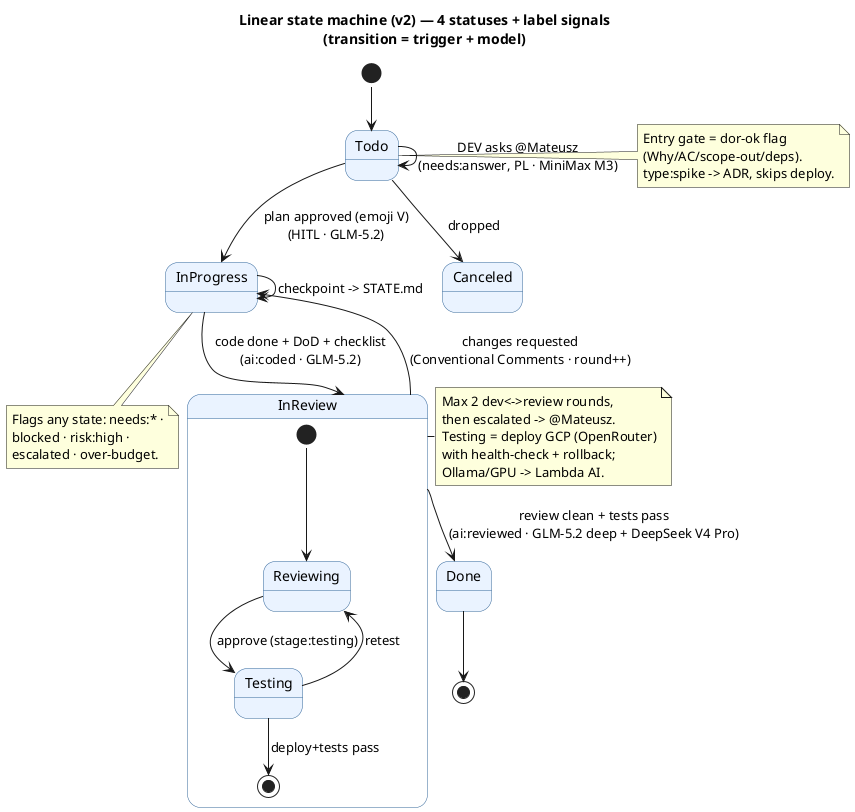
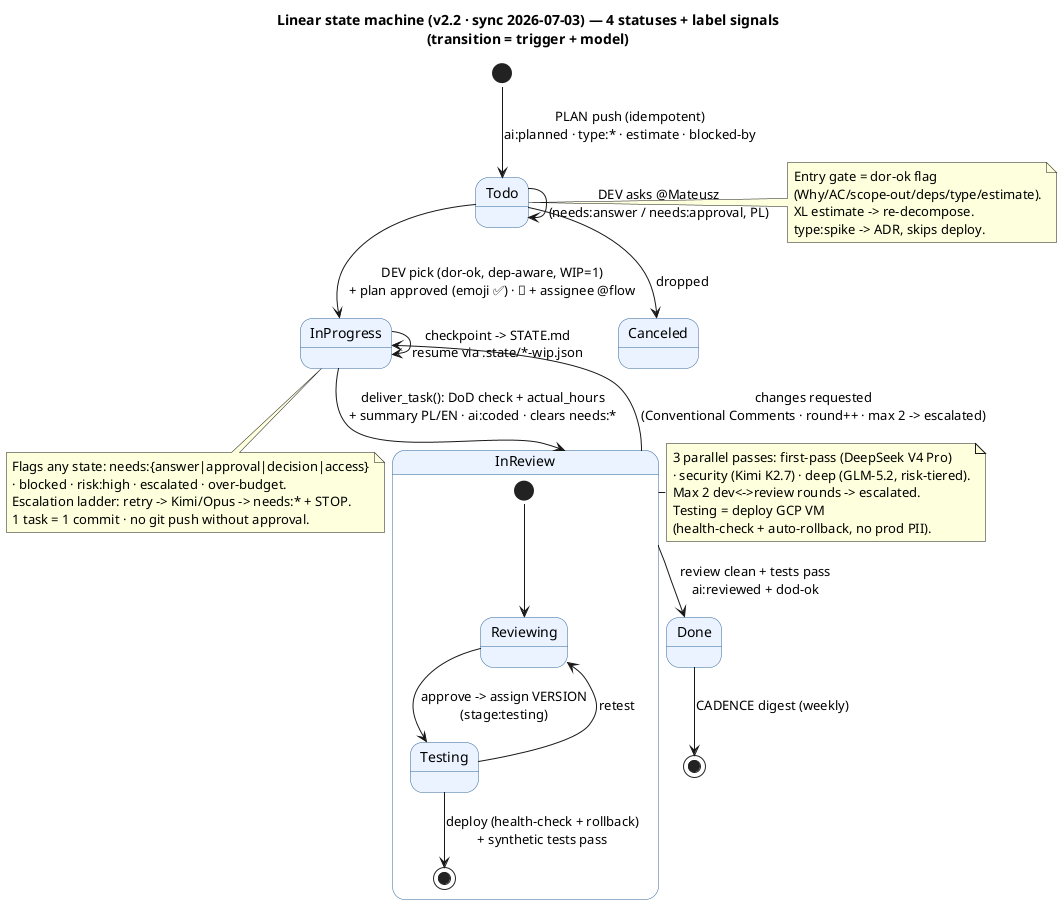
@startuml
!pragma layout smetana
- title Linear state machine (v2) — 4 statuses + label signals\n(transition = trigger + model)
+ title Linear state machine (v2.2 · sync 2026-07-03) — 4 statuses + label signals\n(transition = trigger + model)

skinparam state {
  BackgroundColor #EAF3FF
  BorderColor #336699
  FontName Helvetica
}

- [*] --> Todo
+ [*] --> Todo : PLAN push (idempotent)\nai:planned · type:* · estimate · blocked-by

- Todo --> Todo : DEV asks @Mateusz\n(needs:answer, PL · MiniMax M3)
- Todo --> InProgress : plan approved (emoji V)\n(HITL · GLM-5.2)
+ Todo --> Todo : DEV asks @Mateusz\n(needs:answer / needs:approval, PL)
+ Todo --> InProgress : DEV pick (dor-ok, dep-aware, WIP=1)\n+ plan approved (emoji ✅) · 👀 + assignee @flow
Todo --> Canceled : dropped
- InProgress --> InReview : code done + DoD + checklist\n(ai:coded · GLM-5.2)
- InProgress --> InProgress : checkpoint -> STATE.md
- InReview --> InProgress : changes requested\n(Conventional Comments · round++)
- InReview --> Done : review clean + tests pass\n(ai:reviewed · GLM-5.2 deep + DeepSeek V4 Pro)
- Done --> [*]
+ InProgress --> InReview : deliver_task(): DoD check + actual_hours\n+ summary PL/EN · ai:coded · clears needs:*
+ InProgress --> InProgress : checkpoint -> STATE.md\nresume via .state/*-wip.json
+ InReview --> InProgress : changes requested\n(Conventional Comments · round++ · max 2 -> escalated)
+ InReview --> Done : review clean + tests pass\nai:reviewed + dod-ok
+ Done --> [*] : CADENCE digest (weekly)

state InReview {
  [*] --> Reviewing
-   Reviewing --> Testing : approve (stage:testing)
-   Testing --> [*] : deploy+tests pass
+   Reviewing --> Testing : approve -> assign VERSION\n(stage:testing)
+   Testing --> [*] : deploy (health-check + rollback)\n+ synthetic tests pass
  Testing --> Reviewing : retest
}

note right of Todo
  Entry gate = dor-ok flag
-   (Why/AC/scope-out/deps).
+   (Why/AC/scope-out/deps/type/estimate).
+   XL estimate -> re-decompose.
  type:spike -> ADR, skips deploy.
end note

note right of InReview
-   Max 2 dev<->review rounds,
-   then escalated -> @Mateusz.
-   Testing = deploy GCP (OpenRouter)
-   with health-check + rollback;
-   Ollama/GPU -> Lambda AI.
+   3 parallel passes: first-pass (DeepSeek V4 Pro)
+   · security (Kimi K2.7) · deep (GLM-5.2, risk-tiered).
+   Max 2 dev<->review rounds -> escalated.
+   Testing = deploy GCP VM
+   (health-check + auto-rollback, no prod PII).
end note

note bottom of InProgress
-   Flags any state: needs:* ·
-   blocked · risk:high ·
-   escalated · over-budget.
+   Flags any state: needs:{answer|approval|decision|access}
+   · blocked · risk:high · escalated · over-budget.
+   Escalation ladder: retry -> Kimi/Opus -> needs:* + STOP.
+   1 task = 1 commit · no git push without approval.
end note
@enduml
